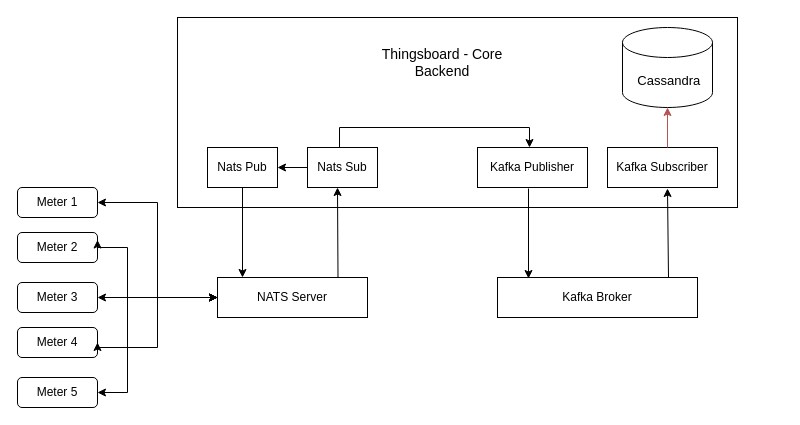
The draw.io diagram Core_Diagram_1.drawio in vkpatil84/Vaibhav-file, before the edit. Source tidied: cells renumbered, new cells numbered last; positions are measured from the earlier drawing's top-left corner, leaving out a move shared by most shapes. Both pictures are drawn from the tidied source at 100%, with x=0, y=0 at pixel (17, 17).
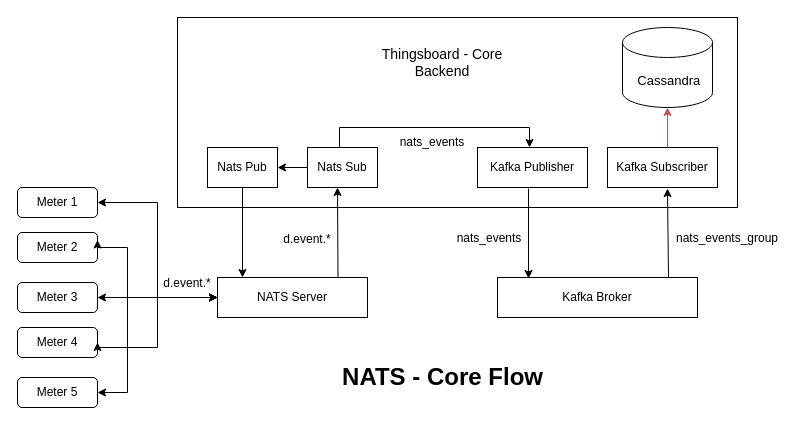
Above is the later version.

Diff of the diagram source:
```diff
@@
+    <mxCell id="28" value="NATS - Core&amp;nbsp;&lt;span style=&quot;background-color: transparent; color: light-dark(rgb(0, 0, 0), rgb(255, 255, 255));&quot;&gt;Flow&lt;/span&gt;" style="text;strokeColor=none;fillColor=none;html=1;fontSize=24;fontStyle=1;verticalAlign=middle;align=center;" parent="1" vertex="1">
+      <mxGeometry x="335" y="340" width="180" height="40" as="geometry" />
+    </mxCell>
+    <mxCell id="29" value="d.event.*" style="text;html=1;align=center;verticalAlign=middle;whiteSpace=wrap;rounded=0;" parent="1" vertex="1">
+      <mxGeometry x="140" y="251" width="60" height="30" as="geometry" />
+    </mxCell>
+    <mxCell id="30" value="d.event.*" style="text;html=1;align=center;verticalAlign=middle;whiteSpace=wrap;rounded=0;" parent="1" vertex="1">
+      <mxGeometry x="260" y="207" width="60" height="30" as="geometry" />
+    </mxCell>
+    <mxCell id="31" value="nats_events" style="text;html=1;align=center;verticalAlign=middle;whiteSpace=wrap;rounded=0;" parent="1" vertex="1">
+      <mxGeometry x="385" y="110" width="60" height="30" as="geometry" />
+    </mxCell>
+    <mxCell id="32" value="nats_events_group" style="text;html=1;align=center;verticalAlign=middle;whiteSpace=wrap;rounded=0;" parent="1" vertex="1">
+      <mxGeometry x="655" y="206" width="110" height="30" as="geometry" />
+    </mxCell>
+    <mxCell id="33" value="nats_events" style="text;html=1;align=center;verticalAlign=middle;whiteSpace=wrap;rounded=0;" parent="1" vertex="1">
+      <mxGeometry x="442" y="206" width="60" height="30" as="geometry" />
+    </mxCell>
```
